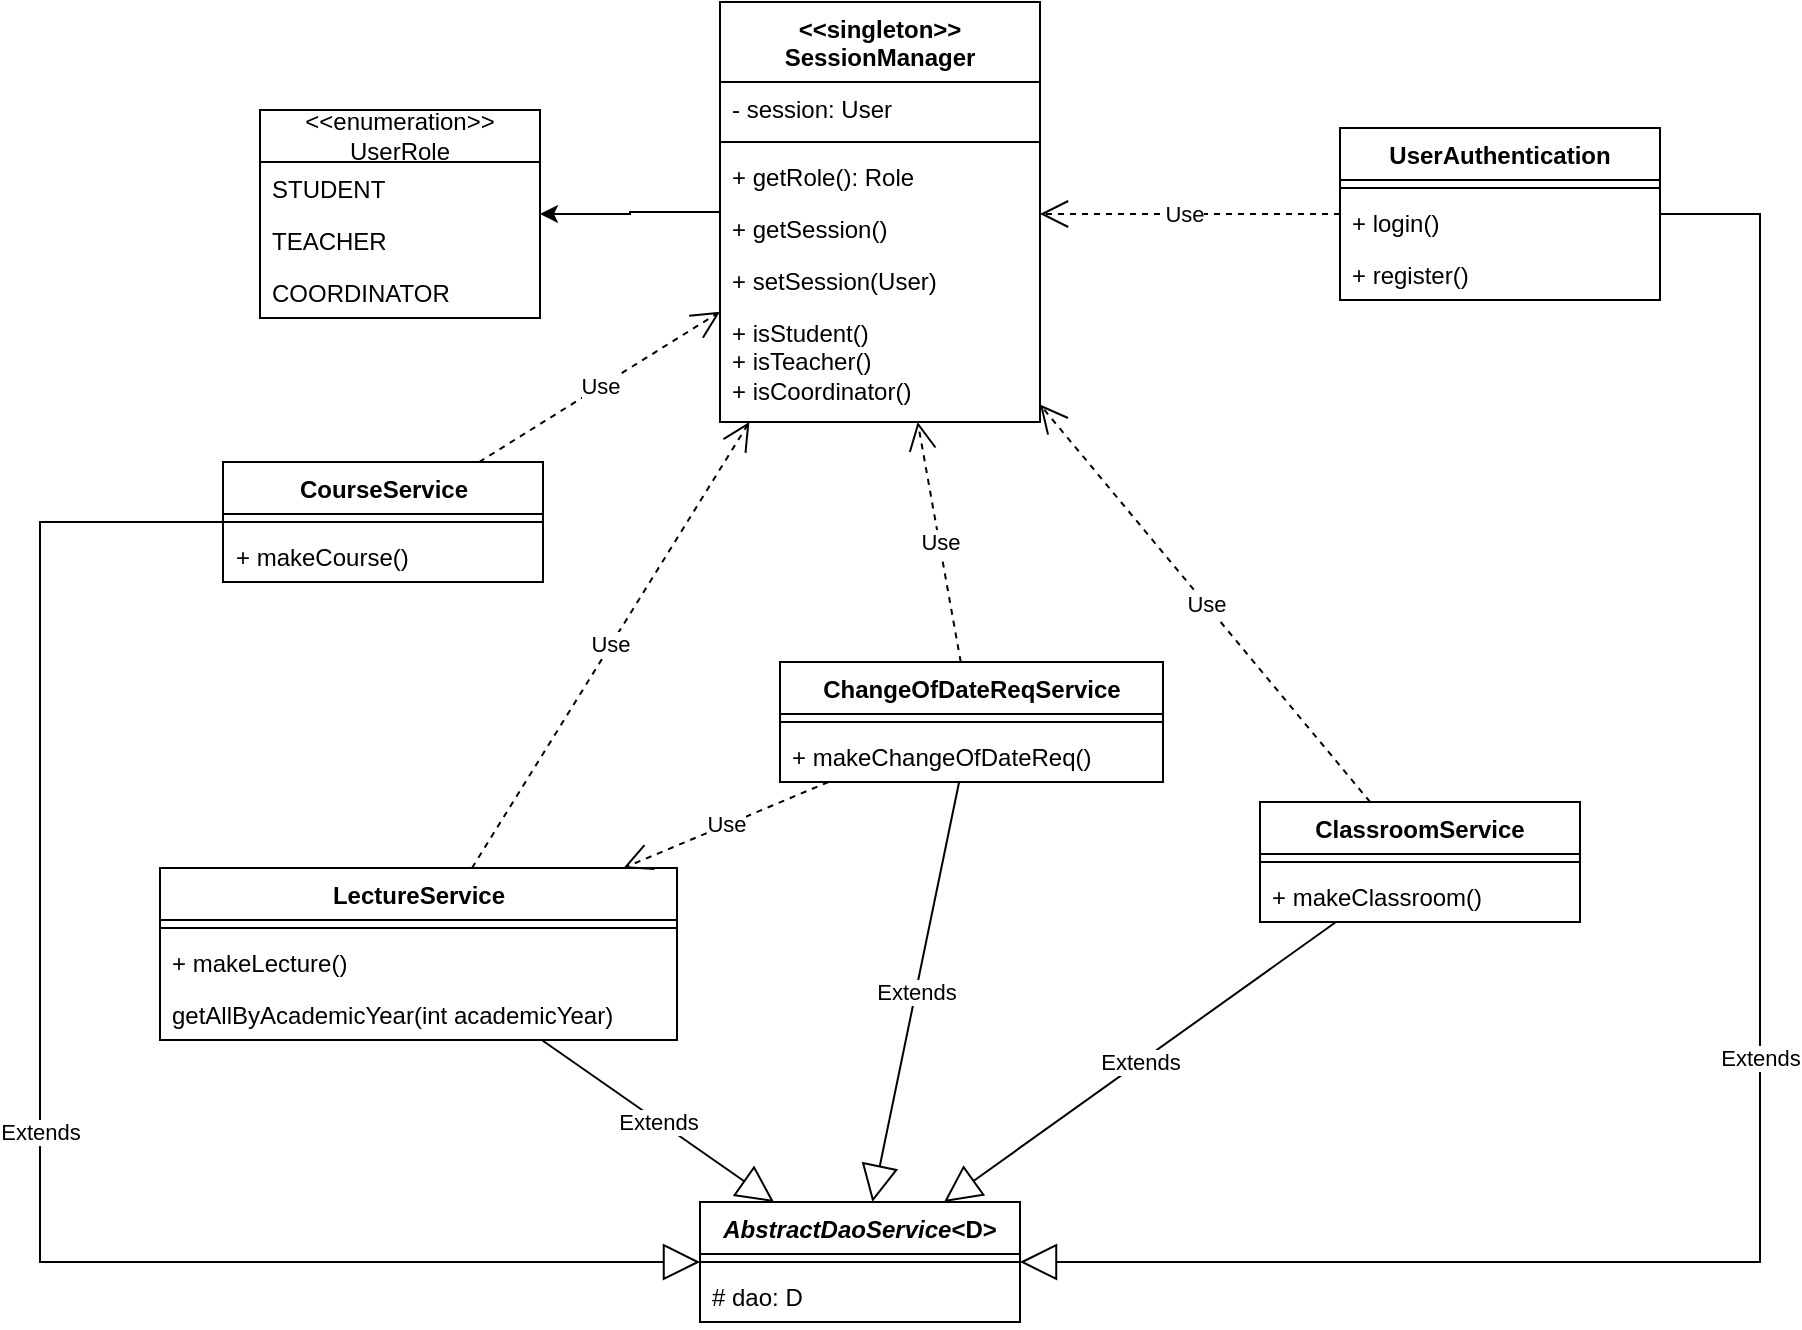
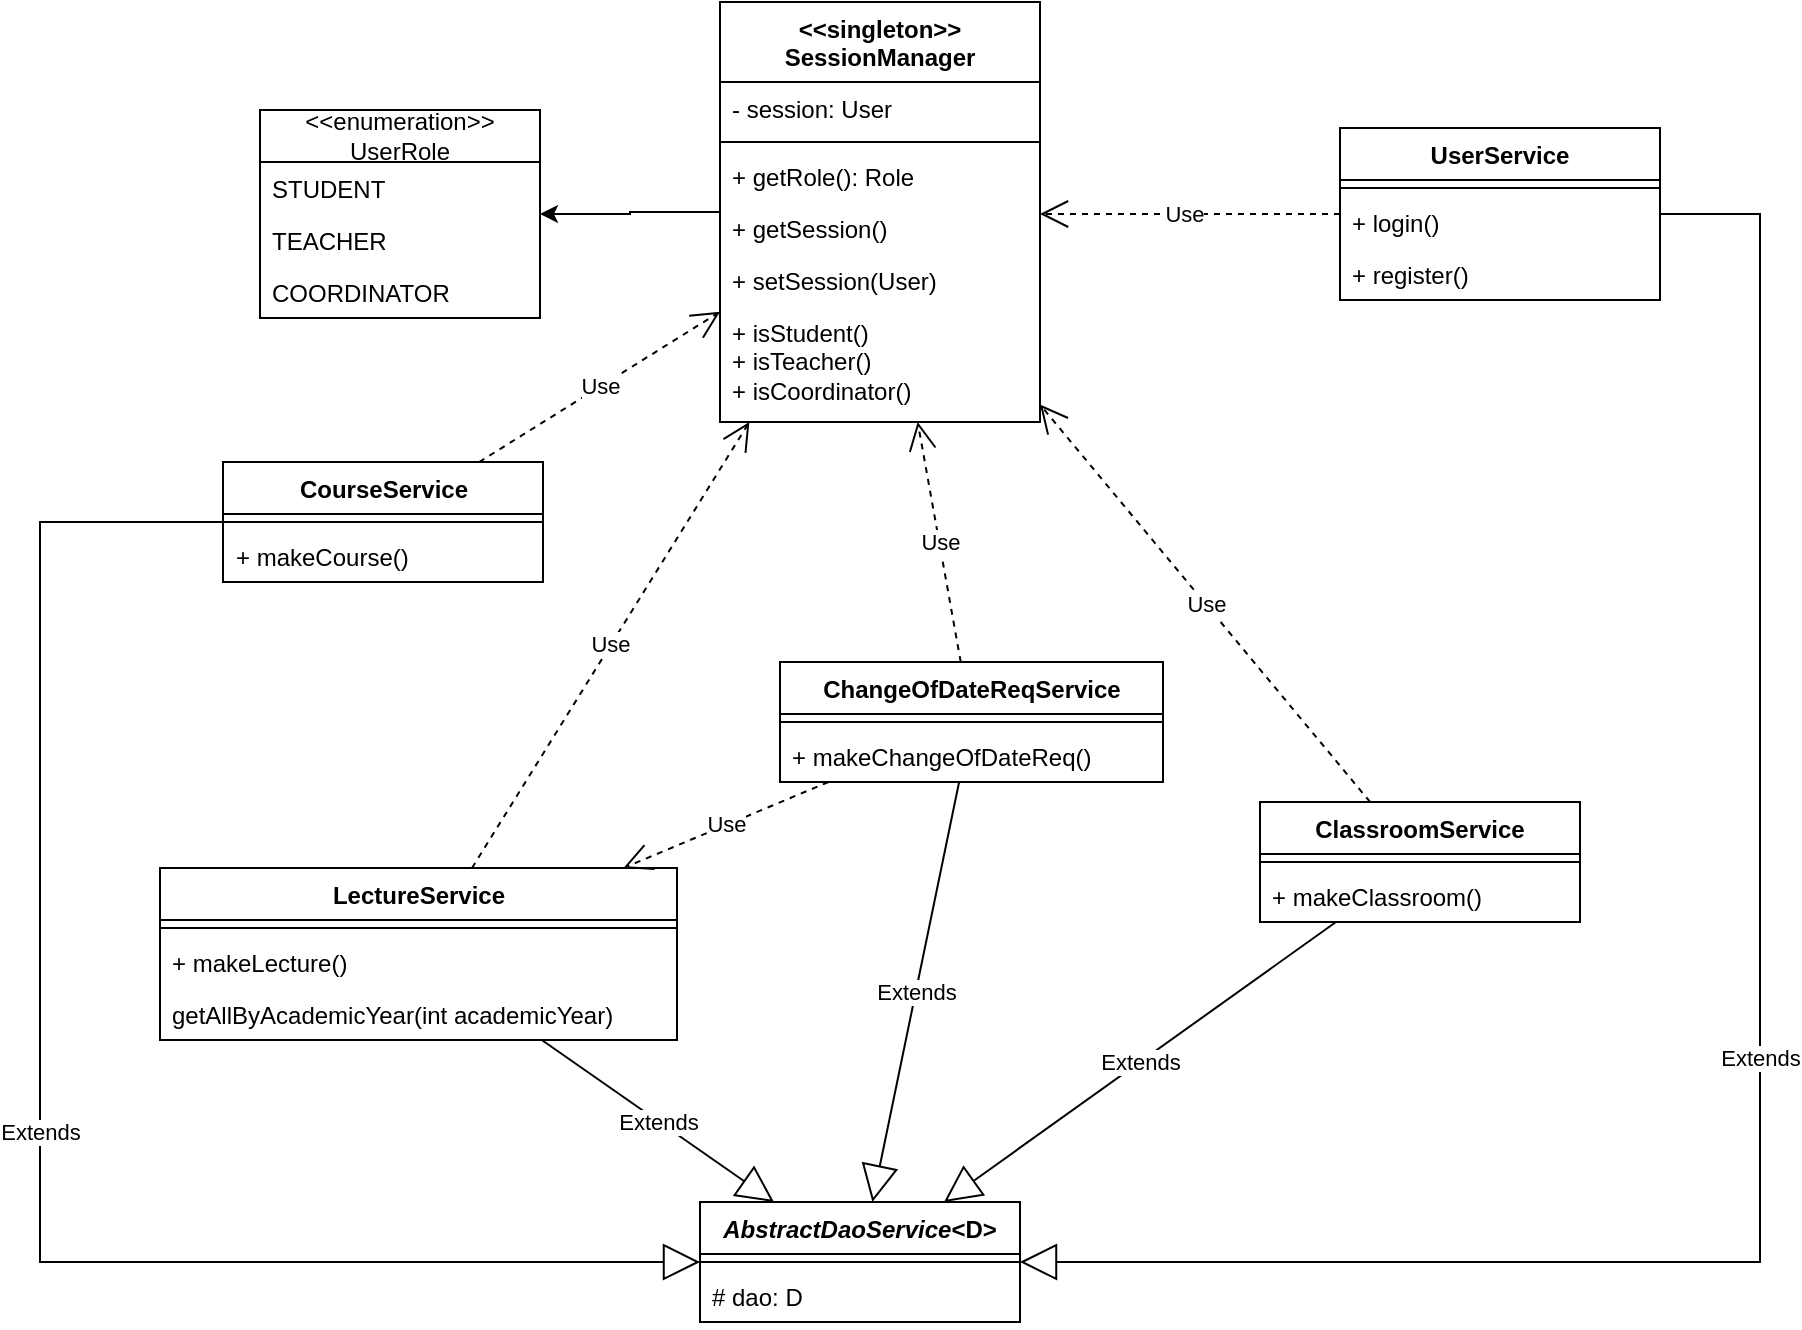
<mxfile host="app.diagrams.net" agent="5.0 (Macintosh; Intel Mac OS X 10_15_7) AppleWebKit/537.36 (KHTML, like Gecko) Chrome/109.0.0.0 Safari/537.36">
  <diagram name="Page-1" id="2YBvvXClWsGukQMizWep">
-     <mxGraphModel dx="2264" dy="1892" grid="1" gridSize="10" guides="1" tooltips="1" connect="1" arrows="1" fold="1" page="1" pageScale="1" pageWidth="850" pageHeight="1100" math="0" shadow="0">
+     <mxGraphModel dx="2062" dy="1779" grid="1" gridSize="10" guides="1" tooltips="1" connect="1" arrows="1" fold="1" page="1" pageScale="1" pageWidth="850" pageHeight="1100" math="0" shadow="0">
      <root>
        <mxCell id="0" />
        <mxCell id="1" parent="0" />
        <mxCell id="c3OOQRYHgm3irvs4XgnJ-5" parent="1" style="swimlane;fontStyle=1;align=center;verticalAlign=top;childLayout=stackLayout;horizontal=1;startSize=26;horizontalStack=0;resizeParent=1;resizeParentMax=0;resizeLast=0;collapsible=1;marginBottom=0;whiteSpace=wrap;html=1;" value="ClassroomService" vertex="1">
          <mxGeometry height="60" width="160" x="560" y="270" as="geometry" />
        </mxCell>
        <mxCell id="c3OOQRYHgm3irvs4XgnJ-7" parent="c3OOQRYHgm3irvs4XgnJ-5" style="line;strokeWidth=1;fillColor=none;align=left;verticalAlign=middle;spacingTop=-1;spacingLeft=3;spacingRight=3;rotatable=0;labelPosition=right;points=[];portConstraint=eastwest;strokeColor=inherit;" value="" vertex="1">
          <mxGeometry height="8" width="160" y="26" as="geometry" />
        </mxCell>
        <mxCell id="c3OOQRYHgm3irvs4XgnJ-8" parent="c3OOQRYHgm3irvs4XgnJ-5" style="text;strokeColor=none;fillColor=none;align=left;verticalAlign=top;spacingLeft=4;spacingRight=4;overflow=hidden;rotatable=0;points=[[0,0.5],[1,0.5]];portConstraint=eastwest;whiteSpace=wrap;html=1;" value="+ makeClassroom()" vertex="1">
          <mxGeometry height="26" width="160" y="34" as="geometry" />
        </mxCell>
        <mxCell id="c3OOQRYHgm3irvs4XgnJ-13" parent="1" style="swimlane;fontStyle=1;align=center;verticalAlign=top;childLayout=stackLayout;horizontal=1;startSize=26;horizontalStack=0;resizeParent=1;resizeParentMax=0;resizeLast=0;collapsible=1;marginBottom=0;whiteSpace=wrap;html=1;" value="LectureService" vertex="1">
          <mxGeometry height="86" width="258.5" x="10" y="303" as="geometry" />
        </mxCell>
        <mxCell id="c3OOQRYHgm3irvs4XgnJ-15" parent="c3OOQRYHgm3irvs4XgnJ-13" style="line;strokeWidth=1;fillColor=none;align=left;verticalAlign=middle;spacingTop=-1;spacingLeft=3;spacingRight=3;rotatable=0;labelPosition=right;points=[];portConstraint=eastwest;strokeColor=inherit;" value="" vertex="1">
          <mxGeometry height="8" width="258.5" y="26" as="geometry" />
        </mxCell>
        <mxCell id="c3OOQRYHgm3irvs4XgnJ-16" parent="c3OOQRYHgm3irvs4XgnJ-13" style="text;strokeColor=none;fillColor=none;align=left;verticalAlign=top;spacingLeft=4;spacingRight=4;overflow=hidden;rotatable=0;points=[[0,0.5],[1,0.5]];portConstraint=eastwest;whiteSpace=wrap;html=1;" value="+ makeLecture()" vertex="1">
          <mxGeometry height="26" width="258.5" y="34" as="geometry" />
        </mxCell>
        <mxCell id="OPMdSsy4m8qeCp2Xcq0j-1" parent="c3OOQRYHgm3irvs4XgnJ-13" style="text;strokeColor=none;fillColor=none;align=left;verticalAlign=top;spacingLeft=4;spacingRight=4;overflow=hidden;rotatable=0;points=[[0,0.5],[1,0.5]];portConstraint=eastwest;whiteSpace=wrap;html=1;" value="getAllByAcademicYear(int academicYear)" vertex="1">
          <mxGeometry height="26" width="258.5" y="60" as="geometry" />
        </mxCell>
        <mxCell id="c3OOQRYHgm3irvs4XgnJ-17" parent="1" style="swimlane;fontStyle=1;align=center;verticalAlign=top;childLayout=stackLayout;horizontal=1;startSize=26;horizontalStack=0;resizeParent=1;resizeParentMax=0;resizeLast=0;collapsible=1;marginBottom=0;whiteSpace=wrap;html=1;" value="CourseService" vertex="1">
          <mxGeometry height="60" width="160" x="41.5" y="100" as="geometry" />
        </mxCell>
        <mxCell id="c3OOQRYHgm3irvs4XgnJ-19" parent="c3OOQRYHgm3irvs4XgnJ-17" style="line;strokeWidth=1;fillColor=none;align=left;verticalAlign=middle;spacingTop=-1;spacingLeft=3;spacingRight=3;rotatable=0;labelPosition=right;points=[];portConstraint=eastwest;strokeColor=inherit;" value="" vertex="1">
          <mxGeometry height="8" width="160" y="26" as="geometry" />
        </mxCell>
        <mxCell id="c3OOQRYHgm3irvs4XgnJ-20" parent="c3OOQRYHgm3irvs4XgnJ-17" style="text;strokeColor=none;fillColor=none;align=left;verticalAlign=top;spacingLeft=4;spacingRight=4;overflow=hidden;rotatable=0;points=[[0,0.5],[1,0.5]];portConstraint=eastwest;whiteSpace=wrap;html=1;" value="+ makeCourse()" vertex="1">
          <mxGeometry height="26" width="160" y="34" as="geometry" />
        </mxCell>
        <mxCell id="c3OOQRYHgm3irvs4XgnJ-31" parent="1" style="swimlane;fontStyle=1;align=center;verticalAlign=top;childLayout=stackLayout;horizontal=1;startSize=26;horizontalStack=0;resizeParent=1;resizeParentMax=0;resizeLast=0;collapsible=1;marginBottom=0;whiteSpace=wrap;html=1;" value="ChangeOfDateReqService" vertex="1">
          <mxGeometry height="60" width="191.5" x="320" y="200" as="geometry" />
        </mxCell>
        <mxCell id="c3OOQRYHgm3irvs4XgnJ-33" parent="c3OOQRYHgm3irvs4XgnJ-31" style="line;strokeWidth=1;fillColor=none;align=left;verticalAlign=middle;spacingTop=-1;spacingLeft=3;spacingRight=3;rotatable=0;labelPosition=right;points=[];portConstraint=eastwest;strokeColor=inherit;" value="" vertex="1">
          <mxGeometry height="8" width="191.5" y="26" as="geometry" />
        </mxCell>
        <mxCell id="c3OOQRYHgm3irvs4XgnJ-34" parent="c3OOQRYHgm3irvs4XgnJ-31" style="text;strokeColor=none;fillColor=none;align=left;verticalAlign=top;spacingLeft=4;spacingRight=4;overflow=hidden;rotatable=0;points=[[0,0.5],[1,0.5]];portConstraint=eastwest;whiteSpace=wrap;html=1;" value="+ makeChangeOfDateReq()" vertex="1">
          <mxGeometry height="26" width="191.5" y="34" as="geometry" />
        </mxCell>
        <mxCell id="c3OOQRYHgm3irvs4XgnJ-87" edge="1" parent="1" source="c3OOQRYHgm3irvs4XgnJ-60" style="edgeStyle=orthogonalEdgeStyle;rounded=0;orthogonalLoop=1;jettySize=auto;html=1;" target="c3OOQRYHgm3irvs4XgnJ-83">
          <mxGeometry relative="1" as="geometry" />
        </mxCell>
        <mxCell id="c3OOQRYHgm3irvs4XgnJ-60" parent="1" style="swimlane;fontStyle=1;align=center;verticalAlign=top;childLayout=stackLayout;horizontal=1;startSize=40;horizontalStack=0;resizeParent=1;resizeParentMax=0;resizeLast=0;collapsible=1;marginBottom=0;whiteSpace=wrap;html=1;" value="&lt;div&gt;&amp;lt;&amp;lt;singleton&amp;gt;&amp;gt;&lt;/div&gt;&lt;div&gt;SessionManager&lt;/div&gt;" vertex="1">
          <mxGeometry height="210" width="160" x="290" y="-130" as="geometry" />
        </mxCell>
        <mxCell id="c3OOQRYHgm3irvs4XgnJ-61" parent="c3OOQRYHgm3irvs4XgnJ-60" style="text;strokeColor=none;fillColor=none;align=left;verticalAlign=top;spacingLeft=4;spacingRight=4;overflow=hidden;rotatable=0;points=[[0,0.5],[1,0.5]];portConstraint=eastwest;whiteSpace=wrap;html=1;" value="- session: User" vertex="1">
          <mxGeometry height="26" width="160" y="40" as="geometry" />
        </mxCell>
        <mxCell id="c3OOQRYHgm3irvs4XgnJ-62" parent="c3OOQRYHgm3irvs4XgnJ-60" style="line;strokeWidth=1;fillColor=none;align=left;verticalAlign=middle;spacingTop=-1;spacingLeft=3;spacingRight=3;rotatable=0;labelPosition=right;points=[];portConstraint=eastwest;strokeColor=inherit;" value="" vertex="1">
          <mxGeometry height="8" width="160" y="66" as="geometry" />
        </mxCell>
        <mxCell id="c3OOQRYHgm3irvs4XgnJ-82" parent="c3OOQRYHgm3irvs4XgnJ-60" style="text;strokeColor=none;fillColor=none;align=left;verticalAlign=top;spacingLeft=4;spacingRight=4;overflow=hidden;rotatable=0;points=[[0,0.5],[1,0.5]];portConstraint=eastwest;whiteSpace=wrap;html=1;" value="+ getRole(): Role" vertex="1">
          <mxGeometry height="26" width="160" y="74" as="geometry" />
        </mxCell>
        <mxCell id="c3OOQRYHgm3irvs4XgnJ-63" parent="c3OOQRYHgm3irvs4XgnJ-60" style="text;strokeColor=none;fillColor=none;align=left;verticalAlign=top;spacingLeft=4;spacingRight=4;overflow=hidden;rotatable=0;points=[[0,0.5],[1,0.5]];portConstraint=eastwest;whiteSpace=wrap;html=1;" value="+ getSession()" vertex="1">
          <mxGeometry height="26" width="160" y="100" as="geometry" />
        </mxCell>
        <mxCell id="c3OOQRYHgm3irvs4XgnJ-78" parent="c3OOQRYHgm3irvs4XgnJ-60" style="text;strokeColor=none;fillColor=none;align=left;verticalAlign=top;spacingLeft=4;spacingRight=4;overflow=hidden;rotatable=0;points=[[0,0.5],[1,0.5]];portConstraint=eastwest;whiteSpace=wrap;html=1;" value="+ setSession(User)" vertex="1">
          <mxGeometry height="26" width="160" y="126" as="geometry" />
        </mxCell>
        <mxCell id="3TMem2JVMShr2a-YbWjl-6" parent="c3OOQRYHgm3irvs4XgnJ-60" style="text;strokeColor=none;fillColor=none;align=left;verticalAlign=top;spacingLeft=4;spacingRight=4;overflow=hidden;rotatable=0;points=[[0,0.5],[1,0.5]];portConstraint=eastwest;whiteSpace=wrap;html=1;" value="&lt;div&gt;+ isStudent()&lt;/div&gt;&lt;div&gt;+ isTeacher()&lt;/div&gt;&lt;div&gt;+ isCoordinator()&lt;/div&gt;" vertex="1">
          <mxGeometry height="58" width="160" y="152" as="geometry" />
        </mxCell>
-         <mxCell id="c3OOQRYHgm3irvs4XgnJ-71" parent="1" style="swimlane;fontStyle=1;align=center;verticalAlign=top;childLayout=stackLayout;horizontal=1;startSize=26;horizontalStack=0;resizeParent=1;resizeParentMax=0;resizeLast=0;collapsible=1;marginBottom=0;whiteSpace=wrap;html=1;" value="UserAuthentication" vertex="1">
+         <mxCell id="c3OOQRYHgm3irvs4XgnJ-71" parent="1" style="swimlane;fontStyle=1;align=center;verticalAlign=top;childLayout=stackLayout;horizontal=1;startSize=26;horizontalStack=0;resizeParent=1;resizeParentMax=0;resizeLast=0;collapsible=1;marginBottom=0;whiteSpace=wrap;html=1;" value="UserService" vertex="1">
          <mxGeometry height="86" width="160" x="600" y="-67" as="geometry" />
        </mxCell>
        <mxCell id="c3OOQRYHgm3irvs4XgnJ-73" parent="c3OOQRYHgm3irvs4XgnJ-71" style="line;strokeWidth=1;fillColor=none;align=left;verticalAlign=middle;spacingTop=-1;spacingLeft=3;spacingRight=3;rotatable=0;labelPosition=right;points=[];portConstraint=eastwest;strokeColor=inherit;" value="" vertex="1">
          <mxGeometry height="8" width="160" y="26" as="geometry" />
        </mxCell>
        <mxCell id="c3OOQRYHgm3irvs4XgnJ-91" parent="c3OOQRYHgm3irvs4XgnJ-71" style="text;strokeColor=none;fillColor=none;align=left;verticalAlign=top;spacingLeft=4;spacingRight=4;overflow=hidden;rotatable=0;points=[[0,0.5],[1,0.5]];portConstraint=eastwest;whiteSpace=wrap;html=1;" value="+ login()" vertex="1">
          <mxGeometry height="26" width="160" y="34" as="geometry" />
        </mxCell>
        <mxCell id="c3OOQRYHgm3irvs4XgnJ-74" parent="c3OOQRYHgm3irvs4XgnJ-71" style="text;strokeColor=none;fillColor=none;align=left;verticalAlign=top;spacingLeft=4;spacingRight=4;overflow=hidden;rotatable=0;points=[[0,0.5],[1,0.5]];portConstraint=eastwest;whiteSpace=wrap;html=1;" value="+ register()" vertex="1">
          <mxGeometry height="26" width="160" y="60" as="geometry" />
        </mxCell>
        <mxCell id="c3OOQRYHgm3irvs4XgnJ-79" edge="1" parent="1" source="c3OOQRYHgm3irvs4XgnJ-71" style="endArrow=open;endSize=12;dashed=1;html=1;rounded=0;edgeStyle=orthogonalEdgeStyle;" target="c3OOQRYHgm3irvs4XgnJ-60" value="Use">
          <mxGeometry relative="1" width="160" x="0.0419" as="geometry">
            <mxPoint as="offset" />
            <Array as="points">
              <mxPoint x="640" y="-24" />
            </Array>
            <mxPoint x="470" y="170" as="sourcePoint" />
            <mxPoint x="630" y="170" as="targetPoint" />
          </mxGeometry>
        </mxCell>
        <mxCell id="c3OOQRYHgm3irvs4XgnJ-83" parent="1" style="swimlane;fontStyle=0;childLayout=stackLayout;horizontal=1;startSize=26;fillColor=none;horizontalStack=0;resizeParent=1;resizeParentMax=0;resizeLast=0;collapsible=1;marginBottom=0;whiteSpace=wrap;html=1;" value="&lt;div&gt;&amp;lt;&amp;lt;enumeration&amp;gt;&amp;gt;&lt;/div&gt;&lt;div&gt;UserRole&lt;/div&gt;" vertex="1">
          <mxGeometry height="104" width="140" x="60" y="-76" as="geometry" />
        </mxCell>
        <mxCell id="c3OOQRYHgm3irvs4XgnJ-84" parent="c3OOQRYHgm3irvs4XgnJ-83" style="text;strokeColor=none;fillColor=none;align=left;verticalAlign=top;spacingLeft=4;spacingRight=4;overflow=hidden;rotatable=0;points=[[0,0.5],[1,0.5]];portConstraint=eastwest;whiteSpace=wrap;html=1;" value="STUDENT" vertex="1">
          <mxGeometry height="26" width="140" y="26" as="geometry" />
        </mxCell>
        <mxCell id="c3OOQRYHgm3irvs4XgnJ-85" parent="c3OOQRYHgm3irvs4XgnJ-83" style="text;strokeColor=none;fillColor=none;align=left;verticalAlign=top;spacingLeft=4;spacingRight=4;overflow=hidden;rotatable=0;points=[[0,0.5],[1,0.5]];portConstraint=eastwest;whiteSpace=wrap;html=1;" value="TEACHER" vertex="1">
          <mxGeometry height="26" width="140" y="52" as="geometry" />
        </mxCell>
        <mxCell id="c3OOQRYHgm3irvs4XgnJ-86" parent="c3OOQRYHgm3irvs4XgnJ-83" style="text;strokeColor=none;fillColor=none;align=left;verticalAlign=top;spacingLeft=4;spacingRight=4;overflow=hidden;rotatable=0;points=[[0,0.5],[1,0.5]];portConstraint=eastwest;whiteSpace=wrap;html=1;" value="COORDINATOR" vertex="1">
          <mxGeometry height="26" width="140" y="78" as="geometry" />
        </mxCell>
        <mxCell id="3TMem2JVMShr2a-YbWjl-2" edge="1" parent="1" source="c3OOQRYHgm3irvs4XgnJ-5" style="endArrow=open;endSize=12;dashed=1;html=1;rounded=0;" target="c3OOQRYHgm3irvs4XgnJ-60" value="Use">
          <mxGeometry relative="1" width="160" as="geometry">
            <mxPoint x="770" y="250" as="sourcePoint" />
            <mxPoint x="930" y="250" as="targetPoint" />
          </mxGeometry>
        </mxCell>
        <mxCell id="3TMem2JVMShr2a-YbWjl-3" edge="1" parent="1" source="c3OOQRYHgm3irvs4XgnJ-31" style="endArrow=open;endSize=12;dashed=1;html=1;rounded=0;" target="c3OOQRYHgm3irvs4XgnJ-60" value="Use">
          <mxGeometry relative="1" width="160" as="geometry">
            <mxPoint x="623" y="371" as="sourcePoint" />
            <mxPoint x="610" y="120" as="targetPoint" />
          </mxGeometry>
        </mxCell>
        <mxCell id="3TMem2JVMShr2a-YbWjl-4" edge="1" parent="1" source="c3OOQRYHgm3irvs4XgnJ-17" style="endArrow=open;endSize=12;dashed=1;html=1;rounded=0;" target="c3OOQRYHgm3irvs4XgnJ-60" value="Use">
          <mxGeometry relative="1" width="160" as="geometry">
            <mxPoint x="954" y="438" as="sourcePoint" />
            <mxPoint x="790" y="210" as="targetPoint" />
          </mxGeometry>
        </mxCell>
        <mxCell id="3TMem2JVMShr2a-YbWjl-5" edge="1" parent="1" source="c3OOQRYHgm3irvs4XgnJ-13" style="endArrow=open;endSize=12;dashed=1;html=1;rounded=0;" target="c3OOQRYHgm3irvs4XgnJ-60" value="Use">
          <mxGeometry relative="1" width="160" as="geometry">
            <mxPoint x="370" y="198" as="sourcePoint" />
            <mxPoint x="502" y="90" as="targetPoint" />
          </mxGeometry>
        </mxCell>
        <mxCell id="-WEIC0djAgPYQW1XVo1U-1" parent="1" style="swimlane;fontStyle=1;align=center;verticalAlign=top;childLayout=stackLayout;horizontal=1;startSize=26;horizontalStack=0;resizeParent=1;resizeParentMax=0;resizeLast=0;collapsible=1;marginBottom=0;whiteSpace=wrap;html=1;" value="&lt;i&gt;AbstractDaoService&lt;/i&gt;&amp;lt;D&amp;gt;" vertex="1">
          <mxGeometry height="60" width="160" x="280" y="470" as="geometry" />
        </mxCell>
        <mxCell id="-WEIC0djAgPYQW1XVo1U-2" parent="-WEIC0djAgPYQW1XVo1U-1" style="line;strokeWidth=1;fillColor=none;align=left;verticalAlign=middle;spacingTop=-1;spacingLeft=3;spacingRight=3;rotatable=0;labelPosition=right;points=[];portConstraint=eastwest;strokeColor=inherit;" value="" vertex="1">
          <mxGeometry height="8" width="160" y="26" as="geometry" />
        </mxCell>
        <mxCell id="-WEIC0djAgPYQW1XVo1U-3" parent="-WEIC0djAgPYQW1XVo1U-1" style="text;strokeColor=none;fillColor=none;align=left;verticalAlign=top;spacingLeft=4;spacingRight=4;overflow=hidden;rotatable=0;points=[[0,0.5],[1,0.5]];portConstraint=eastwest;whiteSpace=wrap;html=1;" value="# dao: D" vertex="1">
          <mxGeometry height="26" width="160" y="34" as="geometry" />
        </mxCell>
        <mxCell id="-WEIC0djAgPYQW1XVo1U-5" edge="1" parent="1" source="c3OOQRYHgm3irvs4XgnJ-13" style="endArrow=block;endSize=16;endFill=0;html=1;rounded=0;" target="-WEIC0djAgPYQW1XVo1U-1" value="Extends">
          <mxGeometry relative="1" width="160" as="geometry">
            <mxPoint x="340" y="270" as="sourcePoint" />
            <mxPoint x="500" y="270" as="targetPoint" />
          </mxGeometry>
        </mxCell>
        <mxCell id="-WEIC0djAgPYQW1XVo1U-6" edge="1" parent="1" source="c3OOQRYHgm3irvs4XgnJ-71" style="endArrow=block;endSize=16;endFill=0;html=1;rounded=0;edgeStyle=orthogonalEdgeStyle;" target="-WEIC0djAgPYQW1XVo1U-1" value="Extends">
          <mxGeometry relative="1" width="160" as="geometry">
            <Array as="points">
              <mxPoint x="810" y="-24" />
              <mxPoint x="810" y="500" />
            </Array>
            <mxPoint x="580" y="420" as="sourcePoint" />
            <mxPoint x="696" y="501" as="targetPoint" />
          </mxGeometry>
        </mxCell>
        <mxCell id="-WEIC0djAgPYQW1XVo1U-7" edge="1" parent="1" source="c3OOQRYHgm3irvs4XgnJ-31" style="endArrow=block;endSize=16;endFill=0;html=1;rounded=0;" target="-WEIC0djAgPYQW1XVo1U-1" value="Extends">
          <mxGeometry relative="1" width="160" as="geometry">
            <mxPoint x="430" y="450" as="sourcePoint" />
            <mxPoint x="546" y="531" as="targetPoint" />
          </mxGeometry>
        </mxCell>
        <mxCell id="-WEIC0djAgPYQW1XVo1U-8" edge="1" parent="1" source="c3OOQRYHgm3irvs4XgnJ-5" style="endArrow=block;endSize=16;endFill=0;html=1;rounded=0;" target="-WEIC0djAgPYQW1XVo1U-1" value="Extends">
          <mxGeometry relative="1" width="160" as="geometry">
            <mxPoint x="320" y="440" as="sourcePoint" />
            <mxPoint x="436" y="521" as="targetPoint" />
          </mxGeometry>
        </mxCell>
        <mxCell id="-WEIC0djAgPYQW1XVo1U-9" edge="1" parent="1" source="c3OOQRYHgm3irvs4XgnJ-17" style="endArrow=block;endSize=16;endFill=0;html=1;rounded=0;edgeStyle=orthogonalEdgeStyle;" target="-WEIC0djAgPYQW1XVo1U-1" value="Extends">
          <mxGeometry relative="1" width="160" as="geometry">
            <Array as="points">
              <mxPoint x="-50" y="130" />
              <mxPoint x="-50" y="500" />
            </Array>
            <mxPoint x="990" y="470" as="sourcePoint" />
            <mxPoint x="670" y="994" as="targetPoint" />
          </mxGeometry>
        </mxCell>
        <mxCell id="DnGx7z2X9NIUhsvs-OTK-1" edge="1" parent="1" source="c3OOQRYHgm3irvs4XgnJ-31" style="endArrow=open;endSize=12;dashed=1;html=1;rounded=0;" target="c3OOQRYHgm3irvs4XgnJ-13" value="Use">
          <mxGeometry relative="1" width="160" as="geometry">
            <mxPoint x="421" y="280" as="sourcePoint" />
            <mxPoint x="400" y="160" as="targetPoint" />
          </mxGeometry>
        </mxCell>
      </root>
    </mxGraphModel>
  </diagram>
</mxfile>
